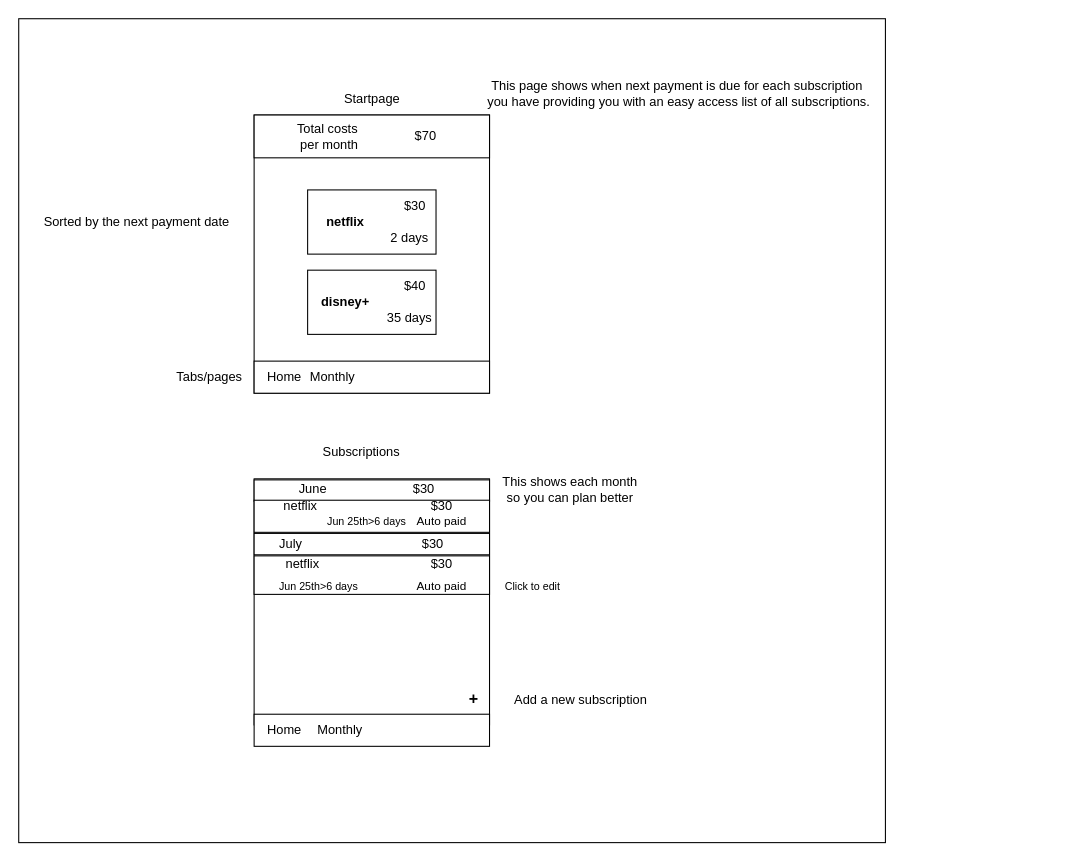
Above: page "UI" (1 of 2) of docs/mockups.drawio in Code2Gether-Discord/subtrack (draw.io), before the change. Source tidied: cells renumbered, new cells numbered last; positions are measured from the earlier drawing's top-left corner, leaving out a move shared by most shapes. Both pictures are drawn from the tidied source at 107%, with x=0, y=0 at pixel (18, 18).
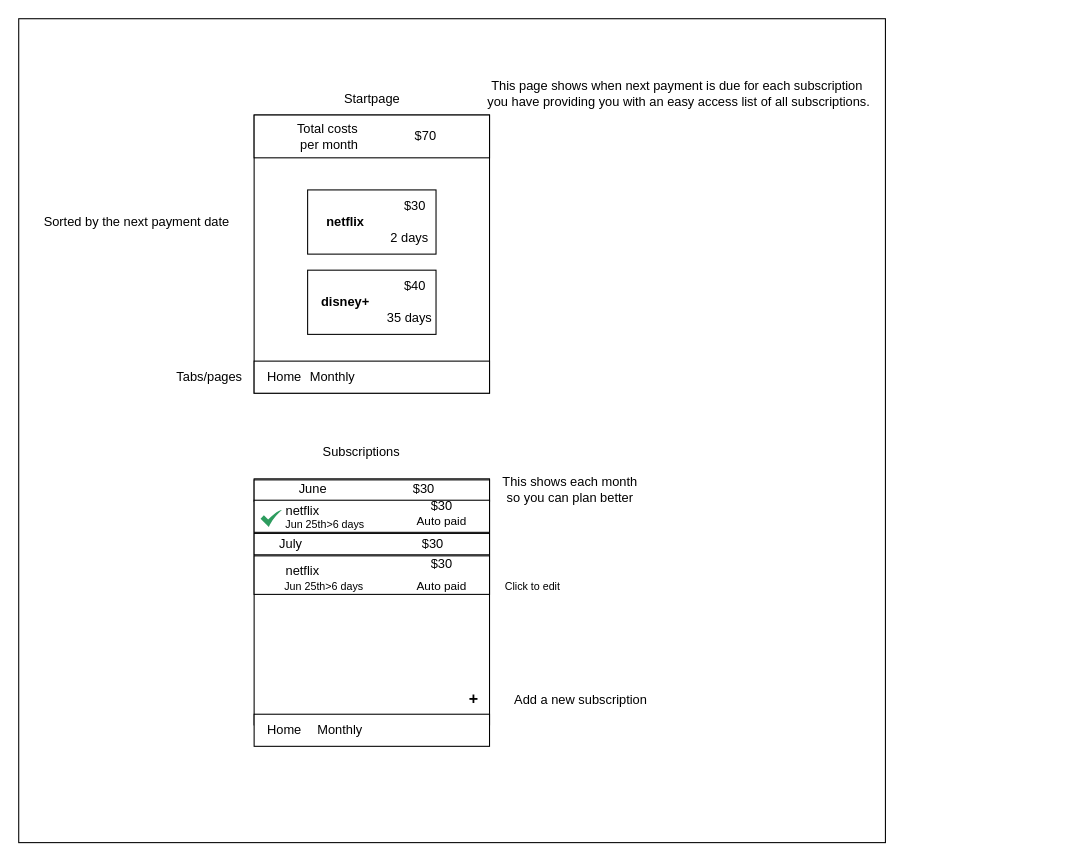
The same page after the edit.

Diff of the diagram source:
```diff
@@
     <mxCell id="26" value="netflix" style="text;html=1;align=center;verticalAlign=middle;strokeColor=none;fillColor=none;" parent="1" vertex="1">
-      <mxGeometry x="238" y="441" width="50" height="30" as="geometry" />
+      <mxGeometry x="240" y="445" width="50" height="30" as="geometry" />
     </mxCell>
     <mxCell id="27" value="Jun 25th&amp;gt;6 days" style="text;html=1;align=center;verticalAlign=middle;strokeColor=none;fillColor=none;fontSize=10;" parent="1" vertex="1">
-      <mxGeometry x="275" y="455" width="100" height="30" as="geometry" />
+      <mxGeometry x="236" y="457" width="100" height="30" as="geometry" />
     </mxCell>
@@
     <mxCell id="30" value="netflix" style="text;html=1;align=center;verticalAlign=middle;strokeColor=none;fillColor=none;" parent="1" vertex="1">
-      <mxGeometry x="240" y="495" width="50" height="30" as="geometry" />
+      <mxGeometry x="240" y="501" width="50" height="30" as="geometry" />
     </mxCell>
     <mxCell id="31" value="Jun 25th&amp;gt;6 days" style="text;html=1;align=center;verticalAlign=middle;strokeColor=none;fillColor=none;fontSize=10;" parent="1" vertex="1">
-      <mxGeometry x="230" y="515" width="100" height="30" as="geometry" />
+      <mxGeometry x="235" y="515" width="100" height="30" as="geometry" />
     </mxCell>
@@
+    <mxCell id="45" style="sketch=0;html=1;strokeColor=none;shadow=0;align=center;verticalAlign=top;fillColor=#2D9C5E;shape=mxgraph.gcp2.check;" parent="1" vertex="1">
+      <mxGeometry x="226" y="459" width="20" height="16" as="geometry" />
+    </mxCell>
```
